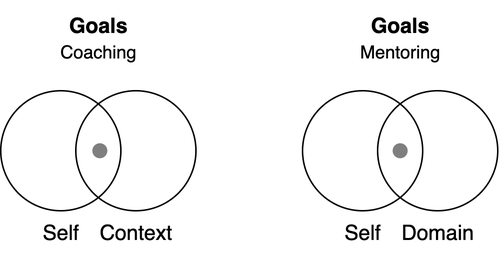
This is img/coach-mentor-goals.png from voschezang/coding-handbook, a draw.io export, as it was before one commit. Source tidied: cells renumbered, new cells last; positions are measured from the earlier drawing's top-left corner, leaving out a move shared by most shapes. Its diagram source:
```xml
<mxGraphModel>
  <root>
    <mxCell id="0" />
    <mxCell id="1" parent="0" />
    <mxCell id="2" style="ellipse;whiteSpace=wrap;html=1;strokeColor=default;fontFamily=Helvetica;fontSize=11;fontColor=default;fillColor=none;" parent="1" vertex="1">
      <mxGeometry y="60" width="80" height="80" as="geometry" />
    </mxCell>
    <mxCell id="3" style="ellipse;whiteSpace=wrap;html=1;strokeColor=default;fontFamily=Helvetica;fontSize=11;fontColor=default;fillColor=none;" parent="1" vertex="1">
      <mxGeometry x="50" y="60" width="80" height="80" as="geometry" />
    </mxCell>
    <mxCell id="4" value="Self" style="text;html=1;align=center;verticalAlign=middle;strokeColor=none;fillColor=none;fontSize=14;fontFamily=Helvetica;fontColor=default;" parent="1" vertex="1">
      <mxGeometry x="15" y="140" width="50" height="30" as="geometry" />
    </mxCell>
    <mxCell id="5" value="Context" style="text;html=1;align=center;verticalAlign=middle;strokeColor=none;fillColor=none;fontSize=14;fontFamily=Helvetica;fontColor=default;" parent="1" vertex="1">
      <mxGeometry x="55" y="140" width="70" height="30" as="geometry" />
    </mxCell>
    <mxCell id="6" value="Goals&lt;br&gt;&lt;span style=&quot;font-weight: normal;&quot;&gt;&lt;font style=&quot;font-size: 12px;&quot;&gt;Coaching&lt;/font&gt;&lt;/span&gt;" style="text;html=1;align=center;verticalAlign=middle;strokeColor=none;fillColor=none;fontSize=14;fontFamily=Helvetica;fontColor=default;fontStyle=1;" parent="1" vertex="1">
      <mxGeometry x="30" width="70" height="50" as="geometry" />
    </mxCell>
    <mxCell id="7" style="ellipse;whiteSpace=wrap;html=1;strokeColor=default;fontFamily=Helvetica;fontSize=11;fontColor=default;fillColor=none;" parent="1" vertex="1">
      <mxGeometry x="201" y="60" width="80" height="80" as="geometry" />
    </mxCell>
    <mxCell id="8" style="ellipse;whiteSpace=wrap;html=1;strokeColor=default;fontFamily=Helvetica;fontSize=11;fontColor=default;fillColor=none;" parent="1" vertex="1">
      <mxGeometry x="251" y="60" width="80" height="80" as="geometry" />
    </mxCell>
    <mxCell id="9" value="Self" style="text;html=1;align=center;verticalAlign=middle;strokeColor=none;fillColor=none;fontSize=14;fontFamily=Helvetica;fontColor=default;" parent="1" vertex="1">
      <mxGeometry x="216" y="140" width="50" height="30" as="geometry" />
    </mxCell>
    <mxCell id="10" value="Domain" style="text;html=1;align=center;verticalAlign=middle;strokeColor=none;fillColor=none;fontSize=14;fontFamily=Helvetica;fontColor=default;" parent="1" vertex="1">
      <mxGeometry x="256" y="140" width="70" height="30" as="geometry" />
    </mxCell>
    <mxCell id="11" value="Goals&lt;br&gt;&lt;span style=&quot;font-weight: normal;&quot;&gt;&lt;font style=&quot;font-size: 12px;&quot;&gt;Mentoring&lt;/font&gt;&lt;/span&gt;" style="text;html=1;align=center;verticalAlign=middle;strokeColor=none;fillColor=none;fontSize=14;fontFamily=Helvetica;fontColor=default;fontStyle=1;" parent="1" vertex="1">
      <mxGeometry x="226" width="80" height="50" as="geometry" />
    </mxCell>
    <mxCell id="12" style="ellipse;whiteSpace=wrap;html=1;fillColor=#000000;opacity=50;strokeColor=none;" parent="1" vertex="1">
      <mxGeometry x="261" y="95" width="10" height="10" as="geometry" />
    </mxCell>
    <mxCell id="13" style="ellipse;whiteSpace=wrap;html=1;fillColor=#000000;opacity=50;strokeColor=none;" parent="1" vertex="1">
      <mxGeometry x="61" y="95" width="10" height="10" as="geometry" />
    </mxCell>
  </root>
</mxGraphModel>
```
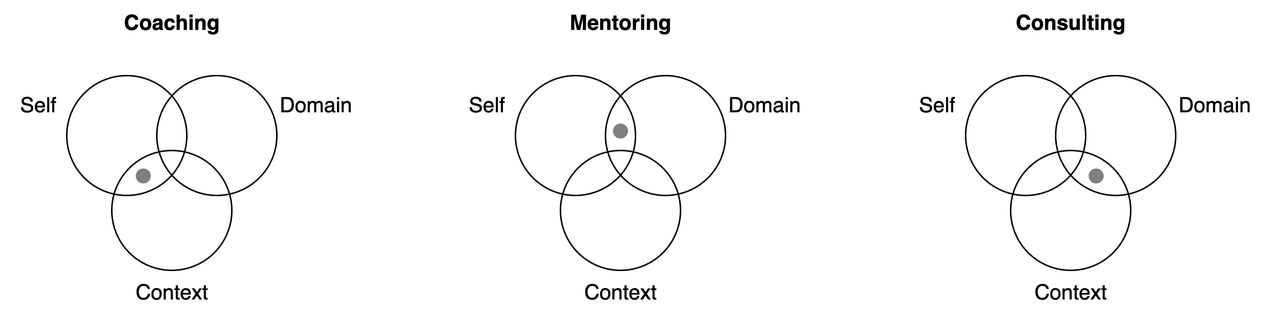
After the commit.

Change to the diagram source:
```diff
@@ -3,40 +3,76 @@
     <mxCell id="0" />
     <mxCell id="1" parent="0" />
     <mxCell id="2" style="ellipse;whiteSpace=wrap;html=1;strokeColor=default;fontFamily=Helvetica;fontSize=11;fontColor=default;fillColor=none;" parent="1" vertex="1">
-      <mxGeometry y="60" width="80" height="80" as="geometry" />
+      <mxGeometry x="609" y="360" width="80" height="80" as="geometry" />
     </mxCell>
     <mxCell id="3" style="ellipse;whiteSpace=wrap;html=1;strokeColor=default;fontFamily=Helvetica;fontSize=11;fontColor=default;fillColor=none;" parent="1" vertex="1">
-      <mxGeometry x="50" y="60" width="80" height="80" as="geometry" />
+      <mxGeometry x="-20" y="310" width="80" height="80" as="geometry" />
     </mxCell>
-    <mxCell id="4" value="Self" style="text;html=1;align=center;verticalAlign=middle;strokeColor=none;fillColor=none;fontSize=14;fontFamily=Helvetica;fontColor=default;" parent="1" vertex="1">
-      <mxGeometry x="15" y="140" width="50" height="30" as="geometry" />
+    <mxCell id="4" style="ellipse;whiteSpace=wrap;html=1;strokeColor=default;fontFamily=Helvetica;fontSize=11;fontColor=default;fillColor=none;" parent="1" vertex="1">
+      <mxGeometry x="40" y="310" width="80" height="80" as="geometry" />
     </mxCell>
-    <mxCell id="5" value="Context" style="text;html=1;align=center;verticalAlign=middle;strokeColor=none;fillColor=none;fontSize=14;fontFamily=Helvetica;fontColor=default;" parent="1" vertex="1">
-      <mxGeometry x="55" y="140" width="70" height="30" as="geometry" />
+    <mxCell id="5" value="Self" style="text;html=1;align=center;verticalAlign=middle;strokeColor=none;fillColor=none;fontSize=14;fontFamily=Helvetica;fontColor=default;" parent="1" vertex="1">
+      <mxGeometry x="-64" y="315" width="50" height="30" as="geometry" />
     </mxCell>
-    <mxCell id="6" value="Goals&lt;br&gt;&lt;span style=&quot;font-weight: normal;&quot;&gt;&lt;font style=&quot;font-size: 12px;&quot;&gt;Coaching&lt;/font&gt;&lt;/span&gt;" style="text;html=1;align=center;verticalAlign=middle;strokeColor=none;fillColor=none;fontSize=14;fontFamily=Helvetica;fontColor=default;fontStyle=1;" parent="1" vertex="1">
-      <mxGeometry x="30" width="70" height="50" as="geometry" />
+    <mxCell id="6" value="Context" style="text;html=1;align=center;verticalAlign=middle;strokeColor=none;fillColor=none;fontSize=14;fontFamily=Helvetica;fontColor=default;" parent="1" vertex="1">
+      <mxGeometry x="15" y="440" width="70" height="30" as="geometry" />
     </mxCell>
-    <mxCell id="7" style="ellipse;whiteSpace=wrap;html=1;strokeColor=default;fontFamily=Helvetica;fontSize=11;fontColor=default;fillColor=none;" parent="1" vertex="1">
-      <mxGeometry x="201" y="60" width="80" height="80" as="geometry" />
+    <mxCell id="7" value="Coaching" style="text;html=1;align=center;verticalAlign=middle;strokeColor=none;fillColor=none;fontSize=14;fontFamily=Helvetica;fontColor=default;fontStyle=1;" parent="1" vertex="1">
+      <mxGeometry x="5" y="260" width="90" height="30" as="geometry" />
     </mxCell>
-    <mxCell id="8" style="ellipse;whiteSpace=wrap;html=1;strokeColor=default;fontFamily=Helvetica;fontSize=11;fontColor=default;fillColor=none;" parent="1" vertex="1">
-      <mxGeometry x="251" y="60" width="80" height="80" as="geometry" />
+    <mxCell id="8" value="Domain" style="text;html=1;align=center;verticalAlign=middle;strokeColor=none;fillColor=none;fontSize=14;fontFamily=Helvetica;fontColor=default;" parent="1" vertex="1">
+      <mxGeometry x="111" y="315" width="70" height="30" as="geometry" />
     </mxCell>
-    <mxCell id="9" value="Self" style="text;html=1;align=center;verticalAlign=middle;strokeColor=none;fillColor=none;fontSize=14;fontFamily=Helvetica;fontColor=default;" parent="1" vertex="1">
-      <mxGeometry x="216" y="140" width="50" height="30" as="geometry" />
+    <mxCell id="9" style="ellipse;whiteSpace=wrap;html=1;fillColor=#000000;opacity=50;strokeColor=none;" parent="1" vertex="1">
+      <mxGeometry x="26" y="372" width="10" height="10" as="geometry" />
     </mxCell>
-    <mxCell id="10" value="Domain" style="text;html=1;align=center;verticalAlign=middle;strokeColor=none;fillColor=none;fontSize=14;fontFamily=Helvetica;fontColor=default;" parent="1" vertex="1">
-      <mxGeometry x="256" y="140" width="70" height="30" as="geometry" />
+    <mxCell id="10" style="ellipse;whiteSpace=wrap;html=1;strokeColor=default;fontFamily=Helvetica;fontSize=11;fontColor=default;fillColor=none;" parent="1" vertex="1">
+      <mxGeometry x="10" y="360" width="80" height="80" as="geometry" />
     </mxCell>
-    <mxCell id="11" value="Goals&lt;br&gt;&lt;span style=&quot;font-weight: normal;&quot;&gt;&lt;font style=&quot;font-size: 12px;&quot;&gt;Mentoring&lt;/font&gt;&lt;/span&gt;" style="text;html=1;align=center;verticalAlign=middle;strokeColor=none;fillColor=none;fontSize=14;fontFamily=Helvetica;fontColor=default;fontStyle=1;" parent="1" vertex="1">
-      <mxGeometry x="226" width="80" height="50" as="geometry" />
+    <mxCell id="11" style="ellipse;whiteSpace=wrap;html=1;strokeColor=default;fontFamily=Helvetica;fontSize=11;fontColor=default;fillColor=none;" parent="1" vertex="1">
+      <mxGeometry x="279" y="310" width="80" height="80" as="geometry" />
     </mxCell>
-    <mxCell id="12" style="ellipse;whiteSpace=wrap;html=1;fillColor=#000000;opacity=50;strokeColor=none;" parent="1" vertex="1">
-      <mxGeometry x="261" y="95" width="10" height="10" as="geometry" />
+    <mxCell id="12" style="ellipse;whiteSpace=wrap;html=1;strokeColor=default;fontFamily=Helvetica;fontSize=11;fontColor=default;fillColor=none;" parent="1" vertex="1">
+      <mxGeometry x="339" y="310" width="80" height="80" as="geometry" />
     </mxCell>
-    <mxCell id="13" style="ellipse;whiteSpace=wrap;html=1;fillColor=#000000;opacity=50;strokeColor=none;" parent="1" vertex="1">
-      <mxGeometry x="61" y="95" width="10" height="10" as="geometry" />
+    <mxCell id="13" value="Self" style="text;html=1;align=center;verticalAlign=middle;strokeColor=none;fillColor=none;fontSize=14;fontFamily=Helvetica;fontColor=default;" parent="1" vertex="1">
+      <mxGeometry x="235" y="315" width="50" height="30" as="geometry" />
     </mxCell>
+    <mxCell id="14" value="Context" style="text;html=1;align=center;verticalAlign=middle;strokeColor=none;fillColor=none;fontSize=14;fontFamily=Helvetica;fontColor=default;" parent="1" vertex="1">
+      <mxGeometry x="314" y="440" width="70" height="30" as="geometry" />
+    </mxCell>
+    <mxCell id="15" value="Mentoring" style="text;html=1;align=center;verticalAlign=middle;strokeColor=none;fillColor=none;fontSize=14;fontFamily=Helvetica;fontColor=default;fontStyle=1;" parent="1" vertex="1">
+      <mxGeometry x="304" y="260" width="90" height="30" as="geometry" />
+    </mxCell>
+    <mxCell id="16" value="Domain" style="text;html=1;align=center;verticalAlign=middle;strokeColor=none;fillColor=none;fontSize=14;fontFamily=Helvetica;fontColor=default;" parent="1" vertex="1">
+      <mxGeometry x="410" y="315" width="70" height="30" as="geometry" />
+    </mxCell>
+    <mxCell id="17" style="ellipse;whiteSpace=wrap;html=1;fillColor=#000000;opacity=50;strokeColor=none;" parent="1" vertex="1">
+      <mxGeometry x="344" y="342" width="10" height="10" as="geometry" />
+    </mxCell>
+    <mxCell id="18" style="ellipse;whiteSpace=wrap;html=1;strokeColor=default;fontFamily=Helvetica;fontSize=11;fontColor=default;fillColor=none;" parent="1" vertex="1">
+      <mxGeometry x="309" y="360" width="80" height="80" as="geometry" />
+    </mxCell>
+    <mxCell id="19" style="ellipse;whiteSpace=wrap;html=1;strokeColor=default;fontFamily=Helvetica;fontSize=11;fontColor=default;fillColor=none;" parent="1" vertex="1">
+      <mxGeometry x="579" y="310" width="80" height="80" as="geometry" />
+    </mxCell>
+    <mxCell id="20" style="ellipse;whiteSpace=wrap;html=1;strokeColor=default;fontFamily=Helvetica;fontSize=11;fontColor=default;fillColor=none;" parent="1" vertex="1">
+      <mxGeometry x="639" y="310" width="80" height="80" as="geometry" />
+    </mxCell>
+    <mxCell id="21" value="Self" style="text;html=1;align=center;verticalAlign=middle;strokeColor=none;fillColor=none;fontSize=14;fontFamily=Helvetica;fontColor=default;" parent="1" vertex="1">
+      <mxGeometry x="535" y="315" width="50" height="30" as="geometry" />
+    </mxCell>
+    <mxCell id="22" value="Context" style="text;html=1;align=center;verticalAlign=middle;strokeColor=none;fillColor=none;fontSize=14;fontFamily=Helvetica;fontColor=default;" parent="1" vertex="1">
+      <mxGeometry x="614" y="440" width="70" height="30" as="geometry" />
+    </mxCell>
+    <mxCell id="23" value="Consulting" style="text;html=1;align=center;verticalAlign=middle;strokeColor=none;fillColor=none;fontSize=14;fontFamily=Helvetica;fontColor=default;fontStyle=1;" parent="1" vertex="1">
+      <mxGeometry x="599" y="260" width="100" height="30" as="geometry" />
+    </mxCell>
+    <mxCell id="24" value="Domain" style="text;html=1;align=center;verticalAlign=middle;strokeColor=none;fillColor=none;fontSize=14;fontFamily=Helvetica;fontColor=default;" parent="1" vertex="1">
+      <mxGeometry x="710" y="315" width="70" height="30" as="geometry" />
+    </mxCell>
+    <mxCell id="25" style="ellipse;whiteSpace=wrap;html=1;fillColor=#000000;opacity=50;strokeColor=none;" parent="1" vertex="1">
+      <mxGeometry x="661" y="372" width="10" height="10" as="geometry" />
+    </mxCell>
   </root>
 </mxGraphModel>
```
